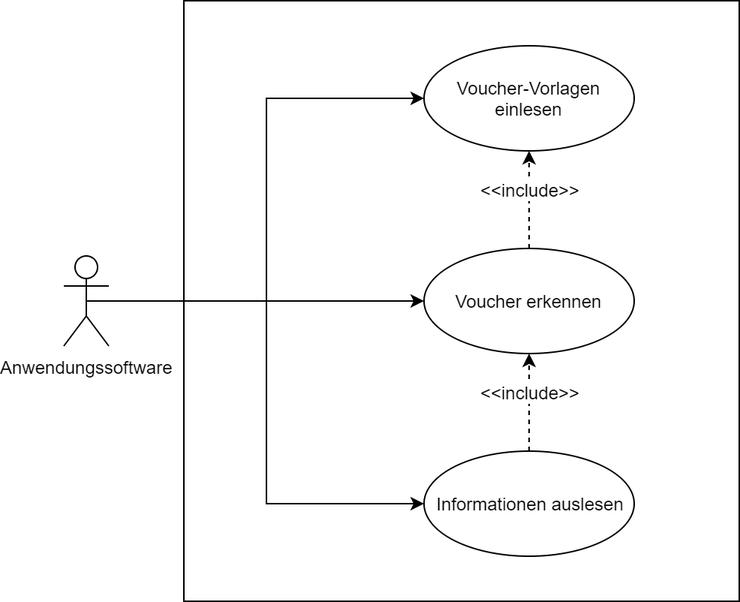
Before: docs/UseCase.png, a diagram exported from draw.io (LucaRitz/ticket-recognition). Source tidied: cells renumbered, new cells last; positions are measured from the earlier drawing's top-left corner, leaving out a move shared by most shapes.
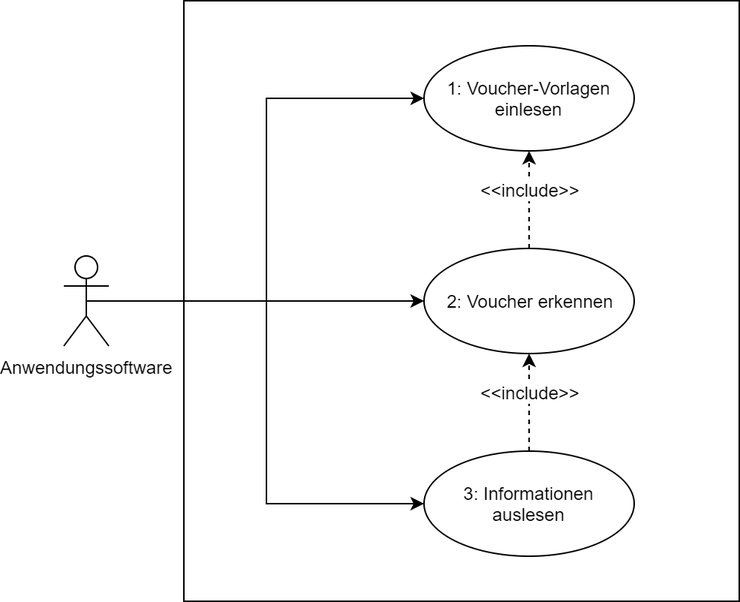
The same file after the commit.

Commit message:
Use-Case Diagramm korrigiert.

The edit, as a diff of the source:
```diff
@@ -5,7 +5,7 @@
     <mxCell id="2" style="verticalLabelPosition=bottom;verticalAlign=top;html=1;shape=mxgraph.basic.rect;fillColor=#ffffff;fillColor2=none;strokeColor=#000000;strokeWidth=1;size=20;indent=5;" parent="1" vertex="1">
       <mxGeometry x="80" width="370" height="400" as="geometry" />
     </mxCell>
-    <mxCell id="3" value="Voucher-Vorlagen einlesen" style="ellipse;whiteSpace=wrap;html=1;" parent="1" vertex="1">
+    <mxCell id="3" value="1: Voucher-Vorlagen einlesen" style="ellipse;whiteSpace=wrap;html=1;" parent="1" vertex="1">
       <mxGeometry x="240" y="30" width="140" height="70" as="geometry" />
     </mxCell>
     <mxCell id="4" style="edgeStyle=orthogonalEdgeStyle;rounded=0;jettySize=auto;html=1;exitX=0.5;exitY=0.5;exitDx=0;exitDy=0;exitPerimeter=0;entryX=0;entryY=0.5;entryDx=0;entryDy=0;" parent="1" edge="1" source="7" target="11">
@@ -20,7 +20,7 @@
     <mxCell id="7" value="Anwendungssoftware" style="shape=umlActor;verticalLabelPosition=bottom;labelBackgroundColor=#ffffff;verticalAlign=top;html=1;" parent="1" vertex="1">
       <mxGeometry y="170" width="30" height="60" as="geometry" />
     </mxCell>
-    <mxCell id="8" value="Voucher erkennen" style="ellipse;whiteSpace=wrap;html=1;" parent="1" vertex="1">
+    <mxCell id="8" value="2: Voucher erkennen" style="ellipse;whiteSpace=wrap;html=1;" parent="1" vertex="1">
       <mxGeometry x="240" y="165" width="140" height="70" as="geometry" />
     </mxCell>
     <mxCell id="9" style="edgeStyle=orthogonalEdgeStyle;rounded=0;jettySize=auto;html=1;exitX=0.5;exitY=0;exitDx=0;exitDy=0;dashed=1;" parent="1" edge="1" source="11" target="8">
@@ -29,7 +29,7 @@
     <mxCell id="10" value="&amp;lt;&amp;lt;include&amp;gt;&amp;gt;" style="text;html=1;align=center;verticalAlign=middle;labelBackgroundColor=#ffffff;" parent="9" vertex="1">
       <mxGeometry x="0.22" relative="1" as="geometry" />
     </mxCell>
-    <mxCell id="11" value="Informationen auslesen" style="ellipse;whiteSpace=wrap;html=1;" parent="1" vertex="1">
+    <mxCell id="11" value="3: Informationen auslesen" style="ellipse;whiteSpace=wrap;html=1;" parent="1" vertex="1">
       <mxGeometry x="240" y="300" width="140" height="70" as="geometry" />
     </mxCell>
     <mxCell id="12" style="edgeStyle=orthogonalEdgeStyle;rounded=0;jettySize=auto;html=1;exitX=0.5;exitY=0;exitDx=0;exitDy=0;dashed=1;" parent="1" edge="1" source="8" target="3">
```
